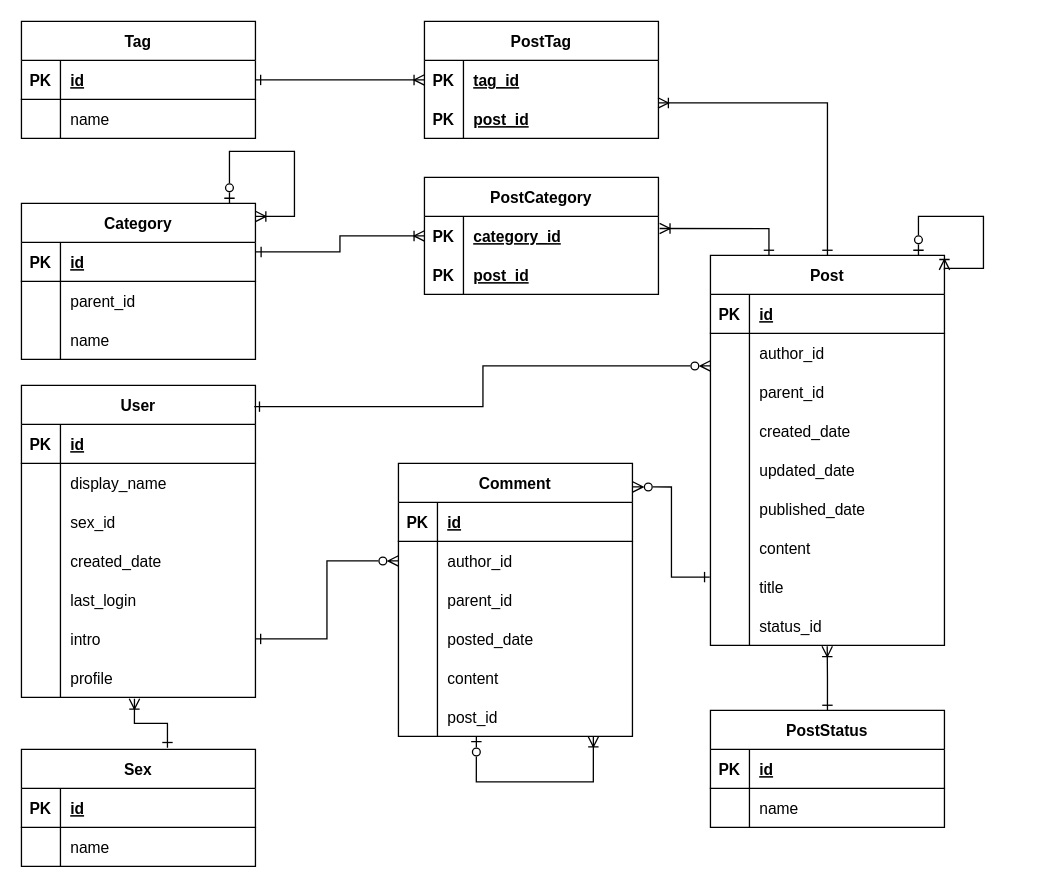
HT-Dat/BlogSite_Server keeps this draw.io diagram as Diagram/ERD.drawio. Above is the earlier version. Source tidied: cells renumbered, new cells numbered last; positions are measured from the earlier drawing's top-left corner, leaving out a move shared by most shapes. Both pictures are drawn from the tidied source at 130%, with x=0, y=0 at pixel (21, 21).
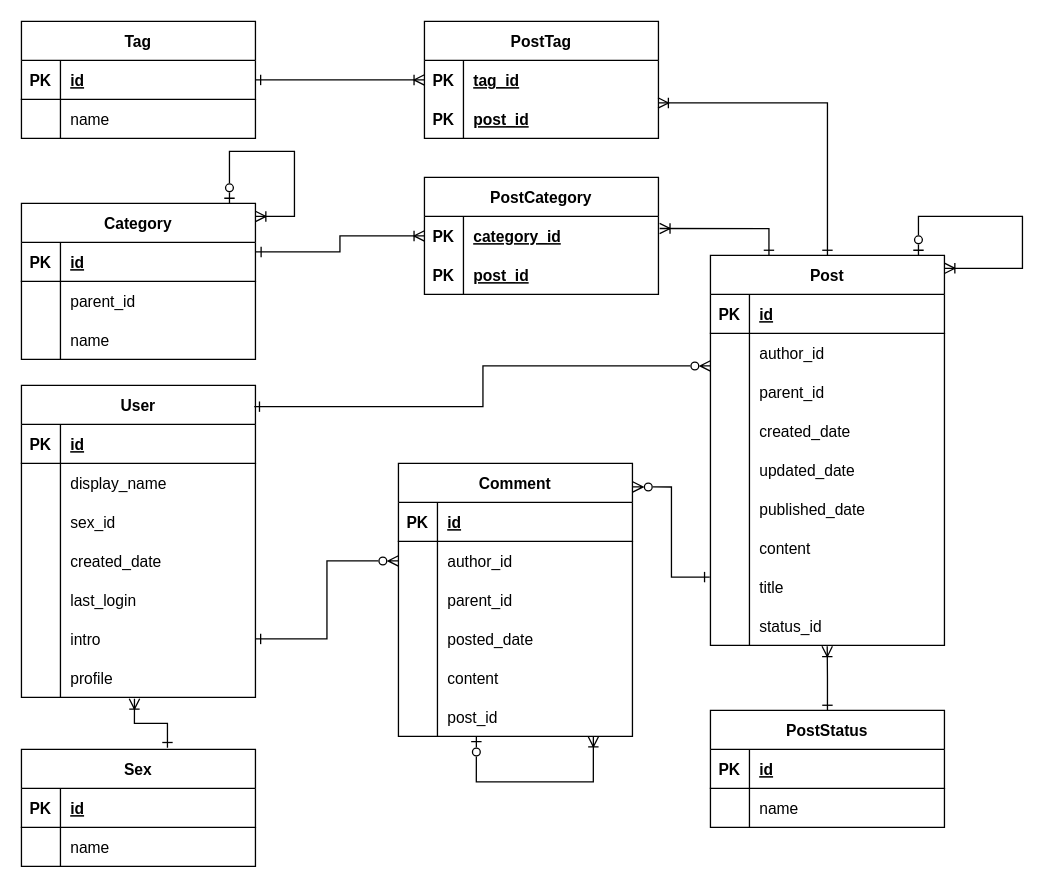
The same diagram, later.

Unchanged cells that the change refers to:
```xml
<mxCell id="24" value="Post" style="shape=table;startSize=30;childLayout=tableLayout;rowLines=0;fontStyle=1;align=center;" parent="1" vertex="1">
  <mxGeometry x="530" y="180" width="180" height="300" as="geometry" />
</mxCell>
```

Change to the diagram source:
```diff
@@
-    <mxCell id="119" style="endArrow=ERzeroToOne;html=1;rounded=0;edgeStyle=orthogonalEdgeStyle;startArrow=ERoneToMany;startFill=0;endFill=0;entryX=0.889;entryY=0;entryDx=0;entryDy=0;entryPerimeter=0;exitX=1;exitY=0.037;exitDx=0;exitDy=0;exitPerimeter=0;" parent="1" edge="1" source="24" target="24">
+    <mxCell id="119" style="endArrow=ERzeroToOne;html=1;rounded=0;edgeStyle=orthogonalEdgeStyle;startArrow=ERoneToMany;startFill=0;endFill=0;entryX=0.889;entryY=0;entryDx=0;entryDy=0;entryPerimeter=0;exitX=1;exitY=0.033;exitDx=0;exitDy=0;exitPerimeter=0;" parent="1" edge="1" source="24" target="24">
       <mxGeometry relative="1" as="geometry">
         <Array as="points">
-          <mxPoint x="740" y="190" />
-          <mxPoint x="740" y="150" />
+          <mxPoint x="770" y="190" />
+          <mxPoint x="770" y="150" />
           <mxPoint x="690" y="150" />
         </Array>
       </mxGeometry>
     </mxCell>
```
